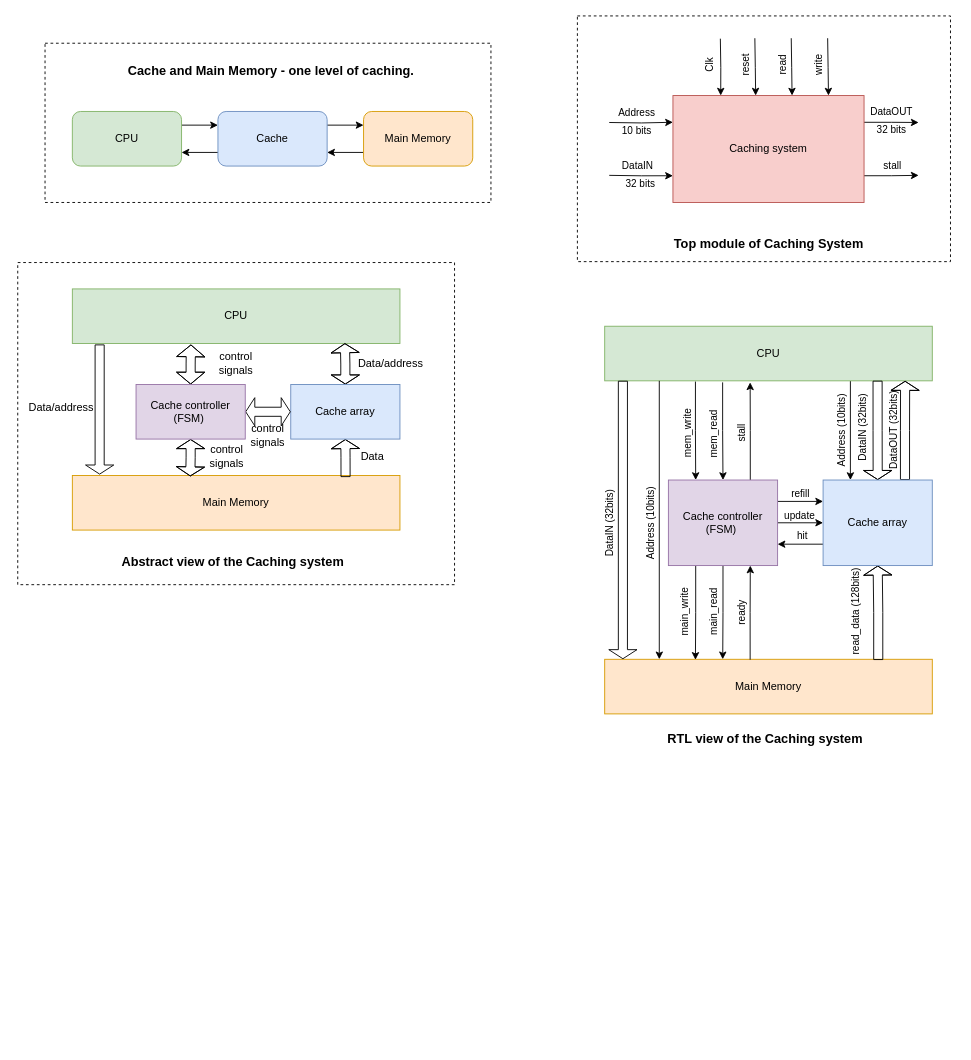
ahmed-elhoseiny/Cache-Controller-Implementation-with-Write-Through-Policy- keeps this draw.io diagram as diagram.drawio. Above is the earlier version. Source tidied: cells renumbered, new cells numbered last; positions are measured from the earlier drawing's top-left corner, leaving out a move shared by most shapes. Both pictures are drawn from the tidied source at 91%, with x=0, y=0 at pixel (17, 15).
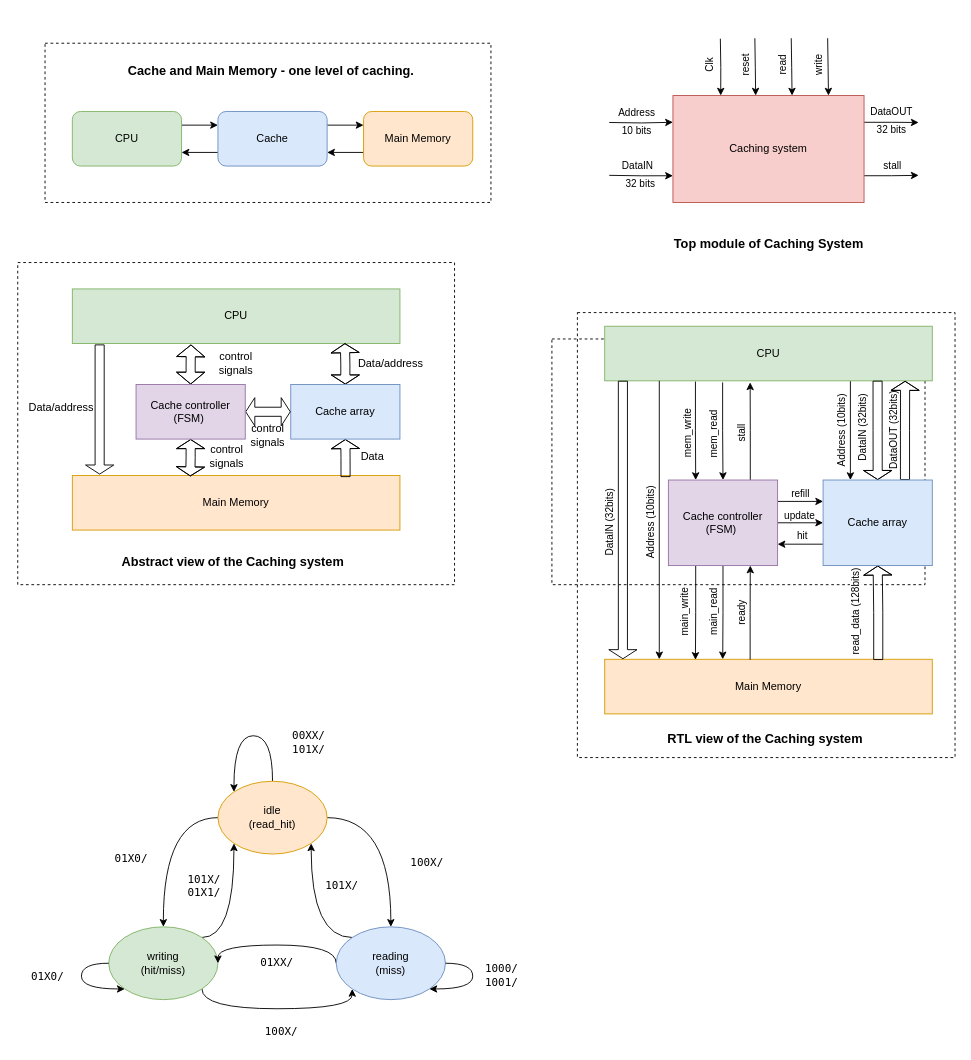
Above is the later version.

Unchanged cells that the change refers to:
```xml
<mxCell id="56" style="edgeStyle=orthogonalEdgeStyle;rounded=0;jettySize=auto;html=1;" parent="1" edge="1" source="52">
  <mxGeometry relative="1" as="geometry">
    <mxPoint x="705" y="707" as="targetPoint" />
    <Array as="points">
      <mxPoint x="705" y="707" />
    </Array>
  </mxGeometry>
</mxCell>
<mxCell id="84" style="edgeStyle=orthogonalEdgeStyle;rounded=0;orthogonalLoop=1;jettySize=auto;html=1;shape=flexArrow;endSize=3;startSize=3;" parent="1" edge="1">
  <mxGeometry relative="1" as="geometry">
    <mxPoint x="665" y="400.9" as="sourcePoint" />
    <mxPoint x="665" y="706.9" as="targetPoint" />
    <Array as="points">
      <mxPoint x="665" y="706.9" />
    </Array>
  </mxGeometry>
</mxCell>
```

The edit, as a diff of the source:
```diff
@@
     <mxCell id="32" style="rounded=0;whiteSpace=wrap;html=1;fillColor=none;strokeColor=default;dashed=1;" parent="1" vertex="1">
-      <mxGeometry x="615" width="410" height="270" as="geometry" />
+      <mxGeometry x="587" y="355" width="410" height="270" as="geometry" />
     </mxCell>
@@
     <mxCell id="57" value="Address (10bits)" style="edgeLabel;html=1;align=center;verticalAlign=middle;rotation=-90;" parent="56" vertex="1">
       <mxGeometry x="0.03" y="3" relative="1" as="geometry">
-        <mxPoint x="-13" as="offset" />
+        <mxPoint x="-13" y="-1" as="offset" />
       </mxGeometry>
     </mxCell>
@@
     <mxCell id="85" value="DataIN&amp;nbsp;(32bits)" style="edgeLabel;html=1;align=center;verticalAlign=middle;rotation=-90;" parent="84" vertex="1">
       <mxGeometry x="0.03" y="3" relative="1" as="geometry">
-        <mxPoint x="-18" as="offset" />
+        <mxPoint x="-18" y="-1" as="offset" />
       </mxGeometry>
     </mxCell>
+    <mxCell id="86" style="rounded=0;whiteSpace=wrap;html=1;fillColor=none;strokeColor=default;dashed=1;" parent="1" vertex="1">
+      <mxGeometry x="615" y="326" width="415" height="489" as="geometry" />
+    </mxCell>
+    <mxCell id="87" style="edgeStyle=orthogonalEdgeStyle;orthogonalLoop=1;jettySize=auto;html=1;exitX=0.5;exitY=0;exitDx=0;exitDy=0;entryX=0;entryY=0;entryDx=0;entryDy=0;curved=1;" parent="1" edge="1" source="90" target="90">
+      <mxGeometry relative="1" as="geometry">
+        <Array as="points">
+          <mxPoint x="280" y="791" />
+          <mxPoint x="238" y="791" />
+        </Array>
+      </mxGeometry>
+    </mxCell>
+    <mxCell id="88" style="edgeStyle=orthogonalEdgeStyle;jettySize=auto;html=1;exitX=1;exitY=0.5;exitDx=0;exitDy=0;entryX=0.5;entryY=0;entryDx=0;entryDy=0;curved=1;" parent="1" edge="1" source="90" target="96">
+      <mxGeometry relative="1" as="geometry" />
+    </mxCell>
+    <mxCell id="89" style="edgeStyle=orthogonalEdgeStyle;jettySize=auto;html=1;exitX=0;exitY=0.5;exitDx=0;exitDy=0;entryX=0.5;entryY=0;entryDx=0;entryDy=0;curved=1;" parent="1" edge="1" source="90" target="93">
+      <mxGeometry relative="1" as="geometry" />
+    </mxCell>
+    <mxCell id="90" value="idle&lt;br&gt;(read_hit)" style="ellipse;whiteSpace=wrap;html=1;fillColor=#ffe6cc;strokeColor=#d79b00;" parent="1" vertex="1">
+      <mxGeometry x="220" y="841" width="120" height="80" as="geometry" />
+    </mxCell>
+    <mxCell id="91" style="edgeStyle=orthogonalEdgeStyle;jettySize=auto;html=1;exitX=1;exitY=0;exitDx=0;exitDy=0;entryX=0;entryY=1;entryDx=0;entryDy=0;curved=1;" parent="1" edge="1" source="93" target="90">
+      <mxGeometry relative="1" as="geometry">
+        <Array as="points">
+          <mxPoint x="238" y="1013" />
+        </Array>
+      </mxGeometry>
+    </mxCell>
+    <mxCell id="92" style="edgeStyle=orthogonalEdgeStyle;jettySize=auto;html=1;exitX=1;exitY=1;exitDx=0;exitDy=0;entryX=0;entryY=1;entryDx=0;entryDy=0;curved=1;" parent="1" edge="1" source="93" target="96">
+      <mxGeometry relative="1" as="geometry">
+        <Array as="points">
+          <mxPoint x="202" y="1091" />
+          <mxPoint x="368" y="1091" />
+        </Array>
+      </mxGeometry>
+    </mxCell>
+    <mxCell id="93" value="writing&lt;br style=&quot;border-color: var(--border-color);&quot;&gt;(hit/miss)" style="ellipse;whiteSpace=wrap;html=1;fillColor=#d5e8d4;strokeColor=#82b366;" parent="1" vertex="1">
+      <mxGeometry x="100" y="1001" width="120" height="80" as="geometry" />
+    </mxCell>
+    <mxCell id="94" style="edgeStyle=orthogonalEdgeStyle;jettySize=auto;html=1;exitX=0;exitY=0;exitDx=0;exitDy=0;entryX=1;entryY=1;entryDx=0;entryDy=0;curved=1;" parent="1" edge="1" source="96" target="90">
+      <mxGeometry relative="1" as="geometry" />
+    </mxCell>
+    <mxCell id="95" style="edgeStyle=orthogonalEdgeStyle;jettySize=auto;html=1;exitX=0;exitY=0.5;exitDx=0;exitDy=0;curved=1;entryX=1;entryY=0.5;entryDx=0;entryDy=0;" parent="1" edge="1" source="96" target="93">
+      <mxGeometry relative="1" as="geometry">
+        <Array as="points">
+          <mxPoint x="350" y="1021" />
+          <mxPoint x="220" y="1021" />
+        </Array>
+      </mxGeometry>
+    </mxCell>
+    <mxCell id="96" value="reading&lt;br style=&quot;border-color: var(--border-color);&quot;&gt;(miss)" style="ellipse;whiteSpace=wrap;html=1;fillColor=#dae8fc;strokeColor=#6c8ebf;" parent="1" vertex="1">
+      <mxGeometry x="350" y="1001" width="120" height="80" as="geometry" />
+    </mxCell>
+    <mxCell id="97" value="&lt;font face=&quot;Lucida Console&quot;&gt;00XX/&lt;br&gt;101X/&lt;/font&gt;" style="text;html=1;strokeColor=none;fillColor=none;align=center;verticalAlign=middle;whiteSpace=wrap;rounded=0;" parent="1" vertex="1">
+      <mxGeometry x="280" y="783" width="80" height="30" as="geometry" />
+    </mxCell>
+    <mxCell id="98" value="&lt;font face=&quot;Lucida Console&quot;&gt;100X/&lt;br&gt;&lt;/font&gt;" style="text;html=1;strokeColor=none;fillColor=none;align=center;verticalAlign=middle;whiteSpace=wrap;rounded=0;" parent="1" vertex="1">
+      <mxGeometry x="410" y="911" width="80" height="40" as="geometry" />
+    </mxCell>
+    <mxCell id="99" style="edgeStyle=orthogonalEdgeStyle;orthogonalLoop=1;jettySize=auto;html=1;exitX=1;exitY=0.5;exitDx=0;exitDy=0;entryX=1;entryY=1;entryDx=0;entryDy=0;curved=1;" parent="1" edge="1" source="96" target="96">
+      <mxGeometry relative="1" as="geometry">
+        <Array as="points">
+          <mxPoint x="500" y="1041" />
+          <mxPoint x="500" y="1069" />
+        </Array>
+      </mxGeometry>
+    </mxCell>
+    <mxCell id="100" style="edgeStyle=orthogonalEdgeStyle;orthogonalLoop=1;jettySize=auto;html=1;exitX=0;exitY=0.5;exitDx=0;exitDy=0;entryX=0;entryY=1;entryDx=0;entryDy=0;curved=1;" parent="1" edge="1" source="93" target="93">
+      <mxGeometry relative="1" as="geometry">
+        <Array as="points">
+          <mxPoint x="70" y="1041" />
+          <mxPoint x="70" y="1069" />
+        </Array>
+      </mxGeometry>
+    </mxCell>
+    <mxCell id="101" value="&lt;font face=&quot;Lucida Console&quot;&gt;1000/&lt;br&gt;1001/&lt;br&gt;&lt;/font&gt;" style="text;html=1;strokeColor=none;fillColor=none;align=center;verticalAlign=middle;whiteSpace=wrap;rounded=0;" parent="1" vertex="1">
+      <mxGeometry x="492" y="1034" width="80" height="40" as="geometry" />
+    </mxCell>
+    <mxCell id="102" value="&lt;font face=&quot;Lucida Console&quot;&gt;101X/&amp;nbsp;&lt;br&gt;&lt;/font&gt;" style="text;html=1;strokeColor=none;fillColor=none;align=center;verticalAlign=middle;whiteSpace=wrap;rounded=0;" parent="1" vertex="1">
+      <mxGeometry x="320" y="941" width="80" height="30" as="geometry" />
+    </mxCell>
+    <mxCell id="103" value="&lt;font face=&quot;Lucida Console&quot;&gt;01XX/&lt;br&gt;&lt;/font&gt;" style="text;html=1;strokeColor=none;fillColor=none;align=center;verticalAlign=middle;whiteSpace=wrap;rounded=0;" parent="1" vertex="1">
+      <mxGeometry x="250" y="1026" width="70" height="30" as="geometry" />
+    </mxCell>
+    <mxCell id="104" value="&lt;font face=&quot;Lucida Console&quot;&gt;01X0/&lt;br&gt;&lt;/font&gt;" style="text;html=1;strokeColor=none;fillColor=none;align=center;verticalAlign=middle;whiteSpace=wrap;rounded=0;" parent="1" vertex="1">
+      <mxGeometry x="90" y="911" width="70" height="30" as="geometry" />
+    </mxCell>
+    <mxCell id="105" value="&lt;font face=&quot;Lucida Console&quot;&gt;01X0/&lt;br&gt;&lt;/font&gt;" style="text;html=1;strokeColor=none;fillColor=none;align=center;verticalAlign=middle;whiteSpace=wrap;rounded=0;" parent="1" vertex="1">
+      <mxGeometry x="-2" y="1041" width="70" height="30" as="geometry" />
+    </mxCell>
+    <mxCell id="106" value="&lt;font face=&quot;Lucida Console&quot;&gt;100X/&lt;br&gt;&lt;/font&gt;" style="text;html=1;strokeColor=none;fillColor=none;align=center;verticalAlign=middle;whiteSpace=wrap;rounded=0;" parent="1" vertex="1">
+      <mxGeometry x="255" y="1101" width="70" height="30" as="geometry" />
+    </mxCell>
+    <mxCell id="107" value="&lt;font face=&quot;Lucida Console&quot;&gt;101X/&lt;br&gt;01X1/&lt;br&gt;&lt;/font&gt;" style="text;html=1;strokeColor=none;fillColor=none;align=center;verticalAlign=middle;whiteSpace=wrap;rounded=0;" parent="1" vertex="1">
+      <mxGeometry x="170" y="941" width="70" height="30" as="geometry" />
+    </mxCell>
```
